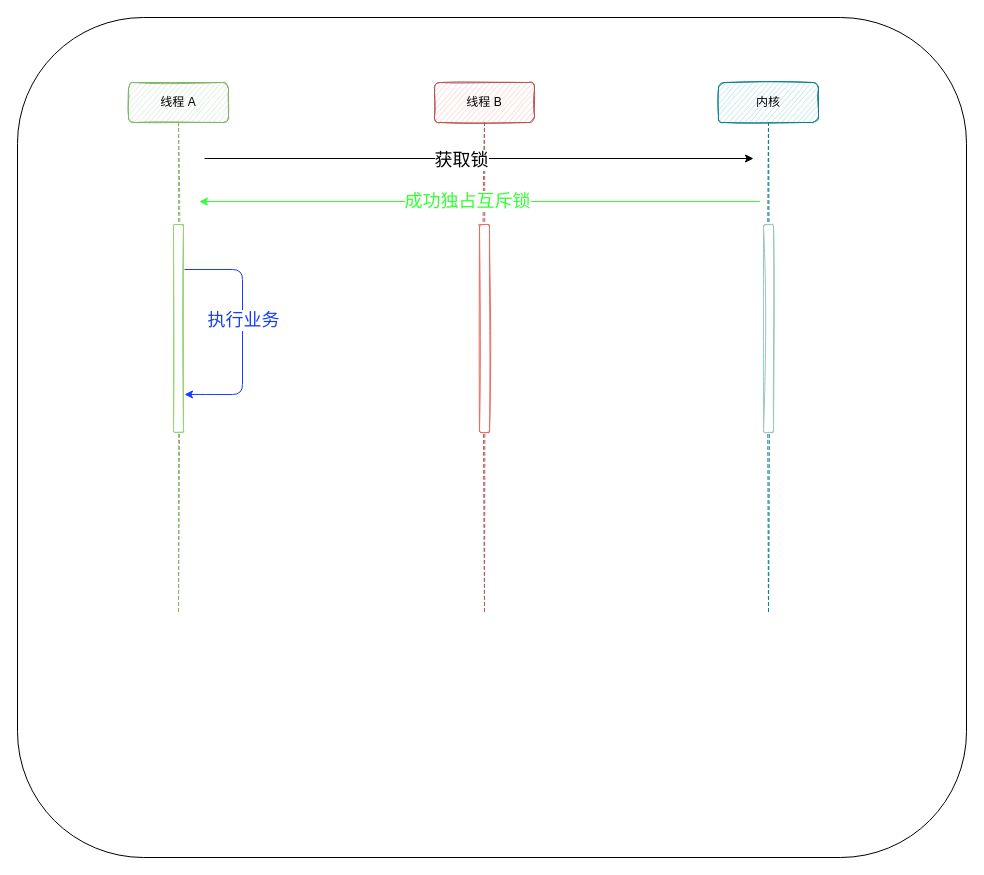
Before: deadlock.drawio in WalkreHuang/drawDemo, a draw.io diagram. Source tidied: cells renumbered, new cells numbered last; positions are measured from the earlier drawing's top-left corner, leaving out a move shared by most shapes. Both pictures are drawn from the tidied source at 100%, with x=0, y=0 at pixel (17, 17).
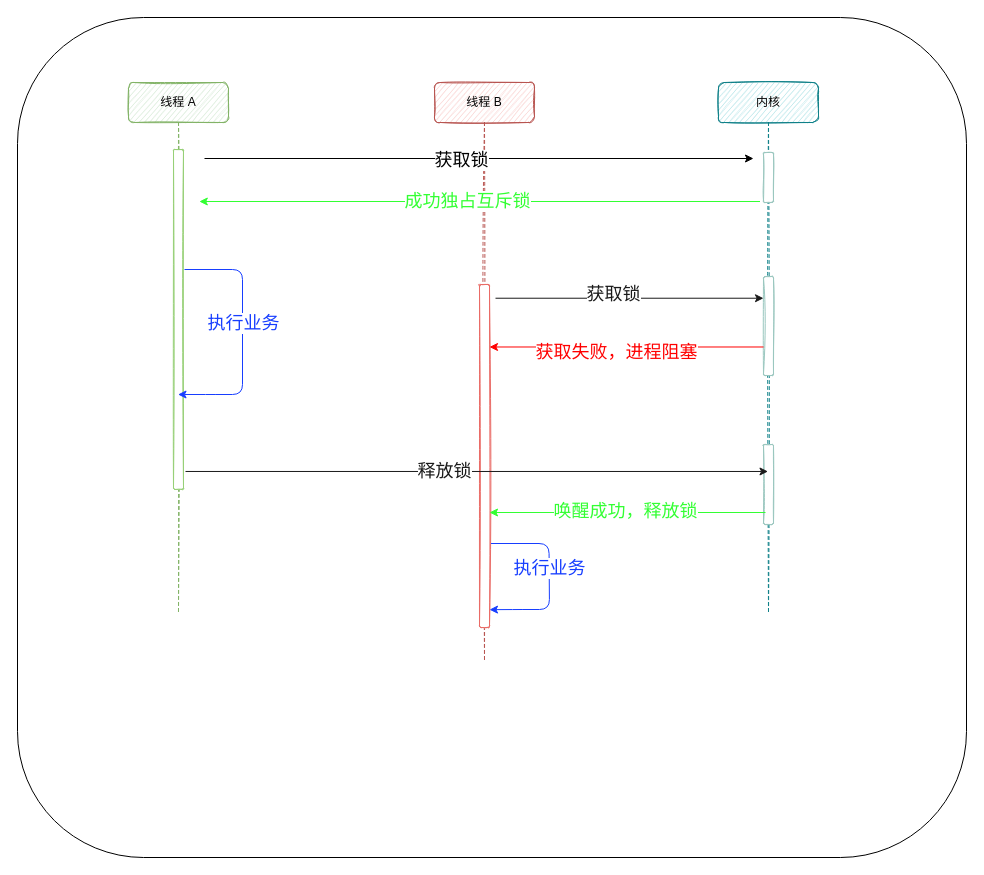
Above is the later version.

Unchanged cells that the change refers to:
```xml
<mxCell id="3" value="线程 A" style="shape=umlLifeline;perimeter=lifelinePerimeter;whiteSpace=wrap;html=1;outlineConnect=0;fillColor=#d5e8d4;strokeColor=#82b366;sketch=1;rounded=1;" parent="1" vertex="1">
  <mxGeometry x="111" y="65" width="100" height="529" as="geometry" />
</mxCell>
<mxCell id="7" value="内核" style="shape=umlLifeline;perimeter=lifelinePerimeter;whiteSpace=wrap;html=1;outlineConnect=0;fillColor=#b0e3e6;strokeColor=#0e8088;sketch=1;rounded=1;" parent="1" vertex="1">
  <mxGeometry x="701" y="65" width="100" height="529" as="geometry" />
</mxCell>
```

Change to the diagram source:
```diff
@@
     <mxCell id="4" style="html=1;points=[];perimeter=orthogonalPerimeter;rounded=1;sketch=1;strokeColor=#97D077;" parent="3" vertex="1">
-      <mxGeometry x="45" y="142" width="10" height="208" as="geometry" />
+      <mxGeometry x="45" y="67" width="10" height="340" as="geometry" />
     </mxCell>
     <mxCell id="5" value="线程 B" style="shape=umlLifeline;perimeter=lifelinePerimeter;whiteSpace=wrap;html=1;fillColor=#f8cecc;strokeColor=#b85450;sketch=1;rounded=1;" parent="1" vertex="1">
-      <mxGeometry x="417" y="65" width="100" height="529" as="geometry" />
+      <mxGeometry x="417" y="65" width="100" height="577" as="geometry" />
     </mxCell>
     <mxCell id="6" style="html=1;points=[];perimeter=orthogonalPerimeter;rounded=1;sketch=1;strokeColor=#EA6B66;" parent="5" vertex="1">
-      <mxGeometry x="45" y="142" width="10" height="208" as="geometry" />
+      <mxGeometry x="45" y="202" width="10" height="343" as="geometry" />
     </mxCell>
@@
     <mxCell id="8" style="html=1;points=[];perimeter=orthogonalPerimeter;rounded=1;sketch=1;strokeColor=#9AC7BF;" parent="7" vertex="1">
-      <mxGeometry x="45" y="142" width="10" height="208" as="geometry" />
+      <mxGeometry x="45" y="194" width="10" height="99" as="geometry" />
     </mxCell>
+    <mxCell id="15" style="html=1;perimeter=orthogonalPerimeter;rounded=1;sketch=1;strokeColor=#9AC7BF;fontSize=18;fontColor=#FF0000;" parent="7" vertex="1">
+      <mxGeometry x="45" y="70" width="10" height="50" as="geometry" />
+    </mxCell>
+    <mxCell id="16" style="html=1;points=[];perimeter=orthogonalPerimeter;rounded=1;sketch=1;strokeColor=#9AC7BF;fontSize=18;fontColor=#1A1A1A;" parent="7" vertex="1">
+      <mxGeometry x="45" y="362" width="10" height="80" as="geometry" />
+    </mxCell>
@@
-    <mxCell id="13" style="endArrow=classic;html=1;fontSize=18;fontColor=#33FF33;entryX=1.1;entryY=0.817;entryDx=0;entryDy=0;entryPerimeter=0;strokeColor=#173EFF;" parent="1" edge="1" target="4">
+    <mxCell id="13" style="endArrow=classic;html=1;fontSize=18;fontColor=#33FF33;strokeColor=#173EFF;" parent="1" edge="1" target="3">
       <mxGeometry relative="1" as="geometry">
         <mxPoint x="167" y="252" as="sourcePoint" />
         <Array as="points">
           <mxPoint x="225" y="252" />
           <mxPoint x="225" y="377" />
           <mxPoint x="198" y="377" />
         </Array>
       </mxGeometry>
     </mxCell>
@@
+    <mxCell id="17" style="endArrow=classic;html=1;fontSize=18;fontColor=#173EFF;exitX=1.6;exitY=0.04;exitDx=0;exitDy=0;exitPerimeter=0;strokeColor=#1A1A1A;" parent="1" edge="1" source="6" target="8">
+      <mxGeometry relative="1" as="geometry" />
+    </mxCell>
+    <mxCell id="18" value="获取锁" style="edgeLabel;html=1;align=center;verticalAlign=middle;fontSize=18;fontColor=#1A1A1A;" parent="17" vertex="1">
+      <mxGeometry x="-0.13" y="-5" relative="1" as="geometry">
+        <mxPoint y="-9" as="offset" />
+      </mxGeometry>
+    </mxCell>
+    <mxCell id="19" style="endArrow=classic;html=1;fontSize=18;fontColor=#1A1A1A;exitX=0;exitY=0.712;exitDx=0;exitDy=0;exitPerimeter=0;strokeColor=#FF0000;" parent="1" edge="1" source="8" target="6">
+      <mxGeometry relative="1" as="geometry" />
+    </mxCell>
+    <mxCell id="20" value="获取失败，进程阻塞" style="edgeLabel;html=1;align=center;verticalAlign=middle;fontSize=18;fontColor=#FF0000;" parent="19" vertex="1">
+      <mxGeometry x="0.08" y="5" relative="1" as="geometry" />
+    </mxCell>
+    <mxCell id="21" style="endArrow=classic;html=1;fontSize=18;fontColor=#FF0000;exitX=1.2;exitY=0.947;exitDx=0;exitDy=0;exitPerimeter=0;strokeColor=#1A1A1A;" parent="1" edge="1" source="4" target="7">
+      <mxGeometry relative="1" as="geometry" />
+    </mxCell>
+    <mxCell id="22" value="释放锁" style="edgeLabel;html=1;align=center;verticalAlign=middle;fontSize=18;fontColor=#1A1A1A;" parent="21" vertex="1">
+      <mxGeometry x="-0.32" y="-2" relative="1" as="geometry">
+        <mxPoint x="60" y="-2" as="offset" />
+      </mxGeometry>
+    </mxCell>
+    <mxCell id="23" style="endArrow=classic;html=1;fontSize=18;fontColor=#1A1A1A;exitX=0.2;exitY=0.85;exitDx=0;exitDy=0;exitPerimeter=0;strokeColor=#33FF33;" parent="1" edge="1" source="16" target="6">
+      <mxGeometry relative="1" as="geometry" />
+    </mxCell>
+    <mxCell id="24" value="唤醒成功，释放锁" style="edgeLabel;html=1;align=center;verticalAlign=middle;fontSize=18;fontColor=#33FF33;" parent="23" vertex="1">
+      <mxGeometry x="0.28" relative="1" as="geometry">
+        <mxPoint x="36" y="-2" as="offset" />
+      </mxGeometry>
+    </mxCell>
+    <mxCell id="25" style="endArrow=classic;html=1;fontSize=18;fontColor=#33FF33;strokeColor=#173EFF;entryX=1;entryY=0.948;entryDx=0;entryDy=0;entryPerimeter=0;" parent="1" edge="1" target="6">
+      <mxGeometry relative="1" as="geometry">
+        <mxPoint x="473.5" y="526" as="sourcePoint" />
+        <Array as="points">
+          <mxPoint x="531.5" y="526" />
+          <mxPoint x="532" y="592" />
+          <mxPoint x="505" y="592" />
+        </Array>
+      </mxGeometry>
+    </mxCell>
+    <mxCell id="26" value="执行业务" style="edgeLabel;html=1;align=center;verticalAlign=middle;fontSize=18;fontColor=#173EFF;" parent="25" vertex="1">
+      <mxGeometry x="-0.1" relative="1" as="geometry" />
+    </mxCell>
```
